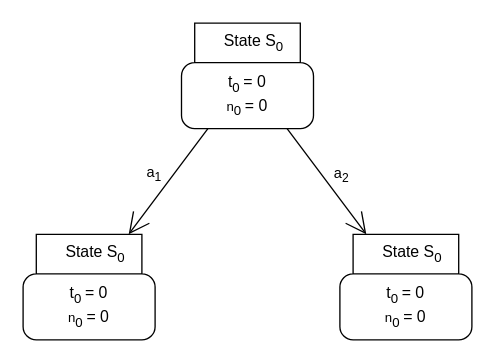
Before: page "TreeTaversalStage" (2 of 3) of docs/drawio/MonteCarloTreeSearch.drawio in lmsorenson/Sophia-Core-Libraries, a draw.io diagram. Source tidied: cells renumbered, new cells numbered last; positions are measured from the earlier drawing's top-left corner, leaving out a move shared by most shapes. Both pictures are drawn from the tidied source at 132%, with x=0, y=0 at pixel (22, 22).
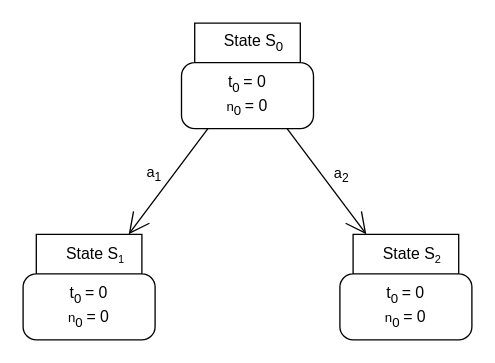
The same page after the edit.

Change to the diagram source:
```diff
@@
 <mxGraphModel>
   <root>
     <mxCell id="0" />
     <mxCell id="1" parent="0" />
     <mxCell id="2" style="rounded=0;jettySize=auto;html=1;endArrow=open;endFill=0;endSize=14;startSize=14;" parent="1" edge="1" source="7" target="10">
       <mxGeometry relative="1" as="geometry" />
     </mxCell>
     <mxCell id="3" value="a&lt;sub&gt;1&lt;/sub&gt;" style="edgeLabel;html=1;align=center;verticalAlign=middle;" parent="2" vertex="1">
       <mxGeometry x="-0.15" relative="1" as="geometry">
         <mxPoint x="-16" as="offset" />
       </mxGeometry>
     </mxCell>
     <mxCell id="4" style="rounded=0;jettySize=auto;html=1;endArrow=open;endFill=0;endSize=14;startSize=14;" parent="1" edge="1" source="7" target="13">
       <mxGeometry relative="1" as="geometry" />
     </mxCell>
     <mxCell id="5" value="a&lt;sub&gt;2&lt;/sub&gt;" style="edgeLabel;html=1;align=center;verticalAlign=middle;" parent="4" vertex="1">
       <mxGeometry x="-0.06" y="4" relative="1" as="geometry">
         <mxPoint x="9" as="offset" />
       </mxGeometry>
     </mxCell>
     <mxCell id="6" style="group;" parent="1" vertex="1">
       <mxGeometry x="120" width="100" height="80" as="geometry" />
     </mxCell>
     <mxCell id="7" value="State S&lt;sub&gt;0&lt;/sub&gt;" style="shape=folder;align=center;verticalAlign=middle;fontStyle=0;tabWidth=100;tabHeight=30;tabPosition=left;html=1;boundedLbl=1;labelInHeader=1;rounded=1;absoluteArcSize=1;arcSize=10;whiteSpace=wrap;" parent="6" vertex="1">
       <mxGeometry width="100" height="80" as="geometry" />
     </mxCell>
     <mxCell id="8" value="&lt;div&gt;t&lt;sub&gt;0 &lt;/sub&gt;= 0&lt;/div&gt;&lt;div&gt;&lt;span style=&quot;background-color: transparent; color: light-dark(rgb(0, 0, 0), rgb(255, 255, 255));&quot;&gt;&lt;span style=&quot;font-size: 10px;&quot;&gt;n&lt;/span&gt;&lt;sub&gt;0 &lt;/sub&gt;= 0&lt;/span&gt;&lt;/div&gt;" style="text;html=1;align=center;verticalAlign=middle;whiteSpace=wrap;rounded=0;" parent="6" vertex="1">
       <mxGeometry x="20" y="40" width="60" height="30" as="geometry" />
     </mxCell>
     <mxCell id="9" style="group;" parent="1" vertex="1">
       <mxGeometry y="160" width="100" height="80" as="geometry" />
     </mxCell>
-    <mxCell id="10" value="State S&lt;sub&gt;0&lt;/sub&gt;" style="shape=folder;align=center;verticalAlign=middle;fontStyle=0;tabWidth=100;tabHeight=30;tabPosition=left;html=1;boundedLbl=1;labelInHeader=1;rounded=1;absoluteArcSize=1;arcSize=10;whiteSpace=wrap;" parent="9" vertex="1">
+    <mxCell id="10" value="State S&lt;span style=&quot;font-size: 10px;&quot;&gt;&lt;sub&gt;1&lt;/sub&gt;&lt;/span&gt;" style="shape=folder;align=center;verticalAlign=middle;fontStyle=0;tabWidth=100;tabHeight=30;tabPosition=left;html=1;boundedLbl=1;labelInHeader=1;rounded=1;absoluteArcSize=1;arcSize=10;whiteSpace=wrap;" parent="9" vertex="1">
       <mxGeometry width="100" height="80" as="geometry" />
     </mxCell>
     <mxCell id="11" value="&lt;div&gt;t&lt;sub&gt;0 &lt;/sub&gt;= 0&lt;/div&gt;&lt;div&gt;&lt;span style=&quot;background-color: transparent; color: light-dark(rgb(0, 0, 0), rgb(255, 255, 255));&quot;&gt;&lt;span style=&quot;font-size: 10px;&quot;&gt;n&lt;/span&gt;&lt;sub&gt;0 &lt;/sub&gt;= 0&lt;/span&gt;&lt;/div&gt;" style="text;html=1;align=center;verticalAlign=middle;whiteSpace=wrap;rounded=0;" parent="9" vertex="1">
       <mxGeometry x="20" y="40" width="60" height="30" as="geometry" />
     </mxCell>
     <mxCell id="12" style="group;" parent="1" vertex="1">
       <mxGeometry x="240" y="160" width="100" height="80" as="geometry" />
     </mxCell>
-    <mxCell id="13" value="State S&lt;sub&gt;0&lt;/sub&gt;" style="shape=folder;align=center;verticalAlign=middle;fontStyle=0;tabWidth=100;tabHeight=30;tabPosition=left;html=1;boundedLbl=1;labelInHeader=1;rounded=1;absoluteArcSize=1;arcSize=10;whiteSpace=wrap;" parent="12" vertex="1">
+    <mxCell id="13" value="State S&lt;span style=&quot;font-size: 10px;&quot;&gt;&lt;sub&gt;2&lt;/sub&gt;&lt;/span&gt;" style="shape=folder;align=center;verticalAlign=middle;fontStyle=0;tabWidth=100;tabHeight=30;tabPosition=left;html=1;boundedLbl=1;labelInHeader=1;rounded=1;absoluteArcSize=1;arcSize=10;whiteSpace=wrap;" parent="12" vertex="1">
       <mxGeometry width="100" height="80" as="geometry" />
     </mxCell>
     <mxCell id="14" value="&lt;div&gt;t&lt;sub&gt;0 &lt;/sub&gt;= 0&lt;/div&gt;&lt;div&gt;&lt;span style=&quot;background-color: transparent; color: light-dark(rgb(0, 0, 0), rgb(255, 255, 255));&quot;&gt;&lt;span style=&quot;font-size: 10px;&quot;&gt;n&lt;/span&gt;&lt;sub&gt;0 &lt;/sub&gt;= 0&lt;/span&gt;&lt;/div&gt;" style="text;html=1;align=center;verticalAlign=middle;whiteSpace=wrap;rounded=0;" parent="12" vertex="1">
       <mxGeometry x="20" y="40" width="60" height="30" as="geometry" />
     </mxCell>
   </root>
 </mxGraphModel>
```
